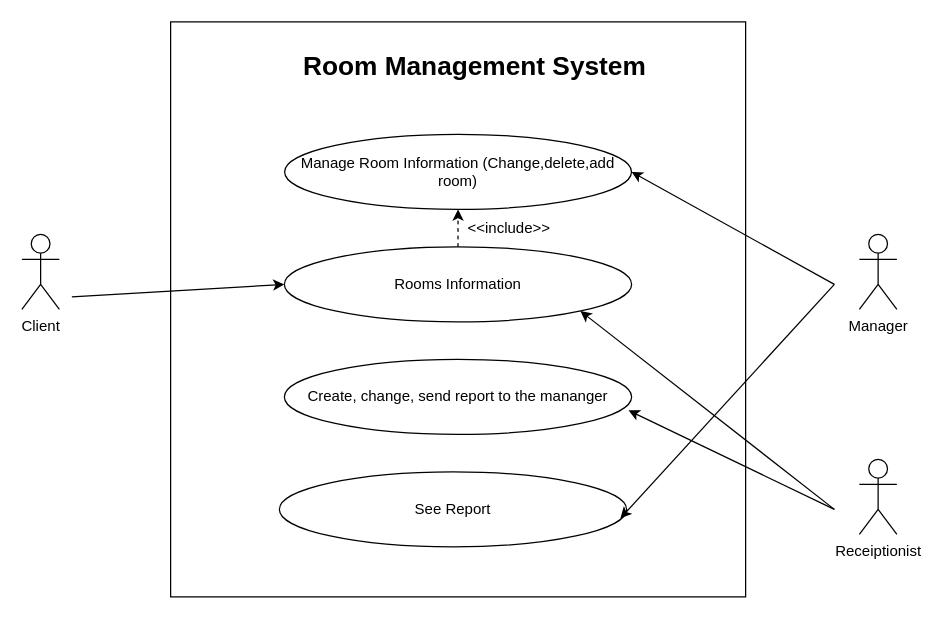
The draw.io diagram Room-Management.drawio in DuongHoang2111/se-mid-term, before the edit. Source tidied: cells renumbered, new cells numbered last; positions are measured from the earlier drawing's top-left corner, leaving out a move shared by most shapes. Both pictures are drawn from the tidied source at 125%, with x=0, y=0 at pixel (21, 21).
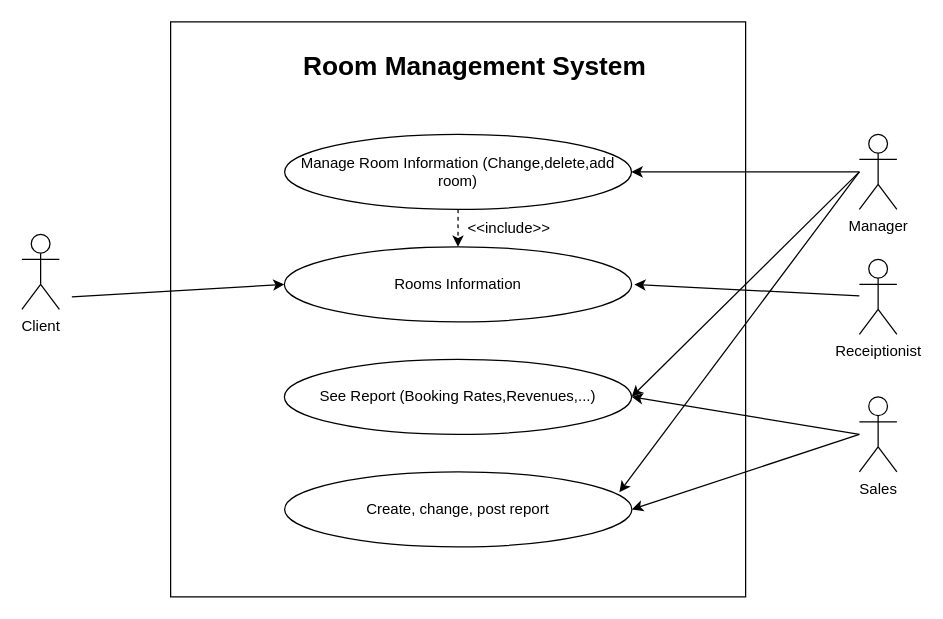
Above is the later version.

Commit message:
Cập nhật Room-Management.drawio

The change refers to these unchanged cells:
```xml
<mxCell id="3" value="Manage Room Information (Change,delete,add room)" style="ellipse;whiteSpace=wrap;html=1;" parent="1" vertex="1">
  <mxGeometry x="210.2" y="90" width="277.5" height="60" as="geometry" />
</mxCell>
<mxCell id="6" value="Rooms Information" style="ellipse;whiteSpace=wrap;html=1;" parent="1" vertex="1">
  <mxGeometry x="210" y="180" width="277.8" height="60" as="geometry" />
</mxCell>
```

Change to the diagram source:
```diff
@@
-    <mxCell id="5" value="Create, change, send report to the mananger" style="ellipse;whiteSpace=wrap;html=1;" parent="1" vertex="1">
-      <mxGeometry x="210" y="270" width="277.8" height="60" as="geometry" />
+    <mxCell id="5" value="Create, change, post report" style="ellipse;whiteSpace=wrap;html=1;" parent="1" vertex="1">
+      <mxGeometry x="210.2" y="360" width="277.8" height="60" as="geometry" />
     </mxCell>
@@
     <mxCell id="8" value="Manager" style="shape=umlActor;verticalLabelPosition=bottom;verticalAlign=top;html=1;outlineConnect=0;" parent="1" vertex="1">
-      <mxGeometry x="670" y="170" width="30" height="60" as="geometry" />
+      <mxGeometry x="670" y="90" width="30" height="60" as="geometry" />
     </mxCell>
@@
-    <mxCell id="10" value="See Report" style="ellipse;whiteSpace=wrap;html=1;" parent="1" vertex="1">
-      <mxGeometry x="206" y="360" width="277.8" height="60" as="geometry" />
+    <mxCell id="10" value="See Report (Booking Rates,Revenues,...)" style="ellipse;whiteSpace=wrap;html=1;" parent="1" vertex="1">
+      <mxGeometry x="210" y="270" width="277.8" height="60" as="geometry" />
     </mxCell>
-    <mxCell id="11" style="endArrow=classic;html=1;rounded=0;entryX=0.982;entryY=0.62;entryDx=0;entryDy=0;entryPerimeter=0;" parent="1" edge="1" target="10">
+    <mxCell id="11" style="endArrow=classic;html=1;rounded=0;entryX=1;entryY=0.5;entryDx=0;entryDy=0;" parent="1" edge="1" target="10">
       <mxGeometry relative="1" as="geometry">
-        <mxPoint x="650" y="210" as="sourcePoint" />
+        <mxPoint x="670" y="120" as="sourcePoint" />
       </mxGeometry>
     </mxCell>
-    <mxCell id="12" style="endArrow=classic;html=1;rounded=0;entryX=1;entryY=0.5;entryDx=0;entryDy=0;" parent="1" edge="1" target="3">
-      <mxGeometry relative="1" as="geometry">
-        <mxPoint x="650" y="210" as="sourcePoint" />
-      </mxGeometry>
+    <mxCell id="12" style="endArrow=classic;html=1;rounded=0;entryX=1;entryY=0.5;entryDx=0;entryDy=0;" parent="1" edge="1" source="8" target="3">
+      <mxGeometry relative="1" as="geometry" />
     </mxCell>
     <mxCell id="13" value="Receiptionist" style="shape=umlActor;verticalLabelPosition=bottom;verticalAlign=top;html=1;outlineConnect=0;" parent="1" vertex="1">
-      <mxGeometry x="670" y="350" width="30" height="60" as="geometry" />
+      <mxGeometry x="670" y="190" width="30" height="60" as="geometry" />
     </mxCell>
-    <mxCell id="14" style="endArrow=classic;html=1;rounded=0;entryX=1;entryY=1;entryDx=0;entryDy=0;" parent="1" edge="1" target="6">
+    <mxCell id="14" style="endArrow=classic;html=1;rounded=0;" parent="1" edge="1" source="13">
       <mxGeometry relative="1" as="geometry">
-        <mxPoint x="650" y="390" as="sourcePoint" />
+        <mxPoint x="490" y="210" as="targetPoint" />
       </mxGeometry>
     </mxCell>
-    <mxCell id="15" style="endArrow=classic;html=1;rounded=0;entryX=0.991;entryY=0.68;entryDx=0;entryDy=0;entryPerimeter=0;" parent="1" edge="1" target="5">
-      <mxGeometry relative="1" as="geometry">
-        <mxPoint x="650" y="390" as="sourcePoint" />
-      </mxGeometry>
-    </mxCell>
-    <mxCell id="16" style="endArrow=classic;html=1;rounded=0;dashed=1;" parent="1" edge="1" source="6" target="3">
+    <mxCell id="16" style="endArrow=classic;html=1;rounded=0;dashed=1;" parent="1" edge="1" source="3" target="6">
       <mxGeometry relative="1" as="geometry" />
     </mxCell>
@@
+    <mxCell id="18" value="Sales" style="shape=umlActor;verticalLabelPosition=bottom;verticalAlign=top;html=1;" parent="1" vertex="1">
+      <mxGeometry x="670" y="300" width="30" height="60" as="geometry" />
+    </mxCell>
+    <mxCell id="19" style="endArrow=classic;html=1;rounded=0;entryX=1;entryY=0.5;entryDx=0;entryDy=0;" parent="1" edge="1" target="5">
+      <mxGeometry relative="1" as="geometry">
+        <mxPoint x="670" y="330" as="sourcePoint" />
+      </mxGeometry>
+    </mxCell>
+    <mxCell id="20" style="endArrow=classic;html=1;rounded=0;entryX=0.964;entryY=0.273;entryDx=0;entryDy=0;entryPerimeter=0;" parent="1" edge="1" target="5">
+      <mxGeometry relative="1" as="geometry">
+        <mxPoint x="670" y="120" as="sourcePoint" />
+      </mxGeometry>
+    </mxCell>
+    <mxCell id="21" style="endArrow=classic;html=1;rounded=0;entryX=1;entryY=0.5;entryDx=0;entryDy=0;" parent="1" edge="1" target="10">
+      <mxGeometry relative="1" as="geometry">
+        <mxPoint x="670" y="330" as="sourcePoint" />
+      </mxGeometry>
+    </mxCell>
```
